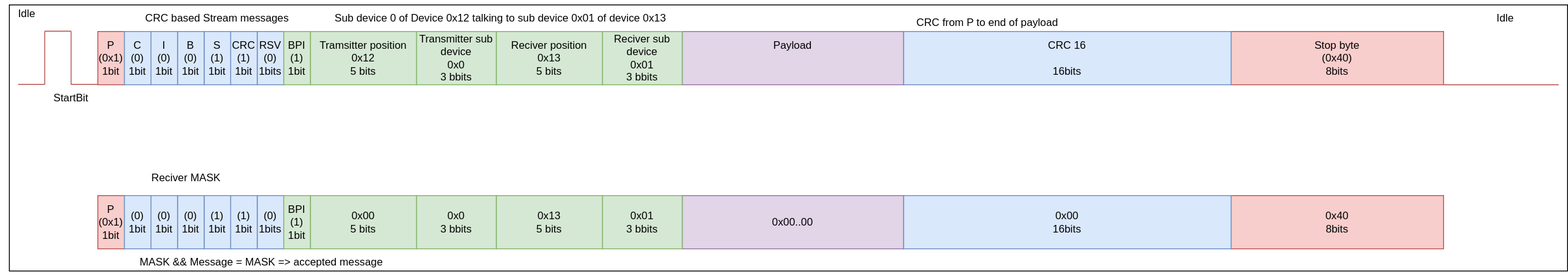
This is example_message.svg from cdg66/BUS_figures, a draw.io export, as it was before one commit. Source tidied: cells renumbered, new cells last; positions are measured from the earlier drawing's top-left corner, leaving out a move shared by most shapes.
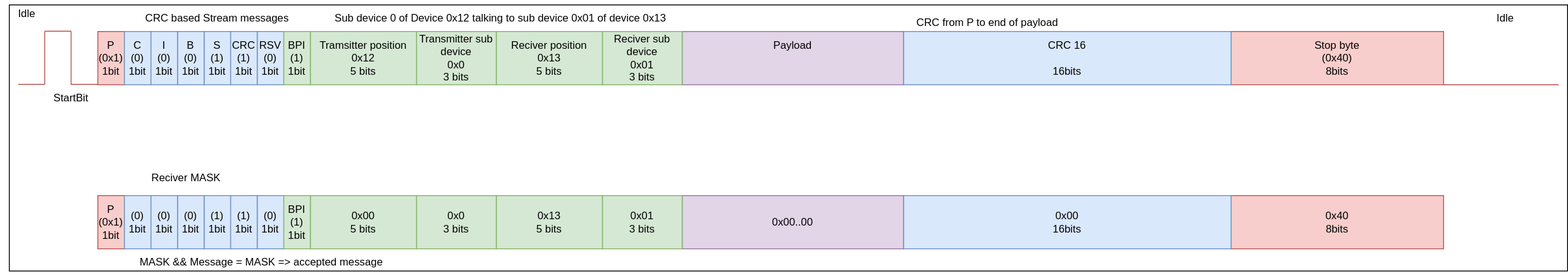
The same diagram one commit later.

Diff of the diagram source:
```diff
@@ -44,7 +44,7 @@
     <mxCell id="11" value="&lt;div&gt;C&lt;br&gt;&lt;/div&gt;&lt;div&gt;(0)&lt;br&gt;&lt;/div&gt;&lt;div&gt;1bit&lt;br&gt;&lt;/div&gt;" style="rounded=0;whiteSpace=wrap;html=1;fillColor=#dae8fc;strokeColor=#6c8ebf;" parent="1" vertex="1">
       <mxGeometry x="140" y="35" width="30" height="60" as="geometry" />
     </mxCell>
-    <mxCell id="12" value="&lt;div&gt;RSV&lt;br&gt;&lt;/div&gt;&lt;div&gt;(0)&lt;/div&gt;&lt;div&gt;1bits&lt;br&gt;&lt;/div&gt;" style="rounded=0;whiteSpace=wrap;html=1;fillColor=#dae8fc;strokeColor=#6c8ebf;" parent="1" vertex="1">
+    <mxCell id="12" value="&lt;div&gt;RSV&lt;br&gt;&lt;/div&gt;&lt;div&gt;(0)&lt;/div&gt;&lt;div&gt;1bit&lt;br&gt;&lt;/div&gt;" style="rounded=0;whiteSpace=wrap;html=1;fillColor=#dae8fc;strokeColor=#6c8ebf;" parent="1" vertex="1">
       <mxGeometry x="290" y="35" width="30" height="60" as="geometry" />
     </mxCell>
     <mxCell id="13" value="&lt;div&gt;S&lt;br&gt;&lt;/div&gt;&lt;div&gt;(1)&lt;br&gt;&lt;/div&gt;&lt;div&gt;1bit&lt;br&gt;&lt;/div&gt;" style="rounded=0;whiteSpace=wrap;html=1;fillColor=#dae8fc;strokeColor=#6c8ebf;" parent="1" vertex="1">
@@ -74,10 +74,10 @@
     <mxCell id="21" value="&lt;div&gt;Reciver position&lt;/div&gt;&lt;div&gt;0x13&lt;/div&gt;&lt;div&gt;5 bits&lt;br&gt;&lt;/div&gt;" style="rounded=0;whiteSpace=wrap;html=1;fillColor=#d5e8d4;strokeColor=#82b366;" parent="1" vertex="1">
       <mxGeometry x="560" y="35" width="120" height="60" as="geometry" />
     </mxCell>
-    <mxCell id="22" value="&lt;div&gt;Transmitter sub device&lt;/div&gt;&lt;div&gt;0x0&lt;br&gt;&lt;/div&gt;&lt;div&gt;3 bbits&lt;br&gt;&lt;/div&gt;" style="rounded=0;whiteSpace=wrap;html=1;fillColor=#d5e8d4;strokeColor=#82b366;" parent="1" vertex="1">
+    <mxCell id="22" value="&lt;div&gt;Transmitter sub device&lt;/div&gt;&lt;div&gt;0x0&lt;br&gt;&lt;/div&gt;&lt;div&gt;3 bits&lt;br&gt;&lt;/div&gt;" style="rounded=0;whiteSpace=wrap;html=1;fillColor=#d5e8d4;strokeColor=#82b366;" parent="1" vertex="1">
       <mxGeometry x="470" y="35" width="90" height="60" as="geometry" />
     </mxCell>
-    <mxCell id="23" value="&lt;div&gt;Reciver sub device&lt;/div&gt;&lt;div&gt;0x01&lt;br&gt;&lt;/div&gt;&lt;div&gt;3 bbits&lt;br&gt;&lt;/div&gt;" style="rounded=0;whiteSpace=wrap;html=1;fillColor=#d5e8d4;strokeColor=#82b366;" parent="1" vertex="1">
+    <mxCell id="23" value="&lt;div&gt;Reciver sub device&lt;/div&gt;&lt;div&gt;0x01&lt;br&gt;&lt;/div&gt;&lt;div&gt;3 bits&lt;br&gt;&lt;/div&gt;" style="rounded=0;whiteSpace=wrap;html=1;fillColor=#d5e8d4;strokeColor=#82b366;" parent="1" vertex="1">
       <mxGeometry x="680" y="35" width="90" height="60" as="geometry" />
     </mxCell>
     <mxCell id="24" value="Sub device 0 of Device 0x12 talking to sub device 0x01 of device 0x13 " style="text;html=1;strokeColor=none;fillColor=none;align=center;verticalAlign=middle;whiteSpace=wrap;rounded=0;" parent="1" vertex="1">
@@ -113,7 +113,7 @@
     <mxCell id="32" value="&lt;div&gt;(0)&lt;br&gt;&lt;/div&gt;&lt;div&gt;1bit&lt;br&gt;&lt;/div&gt;" style="rounded=0;whiteSpace=wrap;html=1;fillColor=#dae8fc;strokeColor=#6c8ebf;" parent="1" vertex="1">
       <mxGeometry x="140" y="220" width="30" height="60" as="geometry" />
     </mxCell>
-    <mxCell id="33" value="&lt;div&gt;(0)&lt;/div&gt;&lt;div&gt;1bits&lt;br&gt;&lt;/div&gt;" style="rounded=0;whiteSpace=wrap;html=1;fillColor=#dae8fc;strokeColor=#6c8ebf;" parent="1" vertex="1">
+    <mxCell id="33" value="&lt;div&gt;(0)&lt;/div&gt;&lt;div&gt;1bit&lt;br&gt;&lt;/div&gt;" style="rounded=0;whiteSpace=wrap;html=1;fillColor=#dae8fc;strokeColor=#6c8ebf;" parent="1" vertex="1">
       <mxGeometry x="290" y="220" width="30" height="60" as="geometry" />
     </mxCell>
     <mxCell id="34" value="&lt;div&gt;(1)&lt;br&gt;&lt;/div&gt;&lt;div&gt;1bit&lt;br&gt;&lt;/div&gt;" style="rounded=0;whiteSpace=wrap;html=1;fillColor=#dae8fc;strokeColor=#6c8ebf;" parent="1" vertex="1">
@@ -140,10 +140,10 @@
     <mxCell id="41" value="&lt;div&gt;0x13&lt;/div&gt;&lt;div&gt;5 bits&lt;br&gt;&lt;/div&gt;" style="rounded=0;whiteSpace=wrap;html=1;fillColor=#d5e8d4;strokeColor=#82b366;" parent="1" vertex="1">
       <mxGeometry x="560" y="220" width="120" height="60" as="geometry" />
     </mxCell>
-    <mxCell id="42" value="&lt;div&gt;0x0&lt;br&gt;&lt;/div&gt;&lt;div&gt;3 bbits&lt;br&gt;&lt;/div&gt;" style="rounded=0;whiteSpace=wrap;html=1;fillColor=#d5e8d4;strokeColor=#82b366;" parent="1" vertex="1">
+    <mxCell id="42" value="&lt;div&gt;0x0&lt;br&gt;&lt;/div&gt;&lt;div&gt;3 bits&lt;br&gt;&lt;/div&gt;" style="rounded=0;whiteSpace=wrap;html=1;fillColor=#d5e8d4;strokeColor=#82b366;" parent="1" vertex="1">
       <mxGeometry x="470" y="220" width="90" height="60" as="geometry" />
     </mxCell>
-    <mxCell id="43" value="&lt;div&gt;0x01&lt;br&gt;&lt;/div&gt;&lt;div&gt;3 bbits&lt;br&gt;&lt;/div&gt;" style="rounded=0;whiteSpace=wrap;html=1;fillColor=#d5e8d4;strokeColor=#82b366;" parent="1" vertex="1">
+    <mxCell id="43" value="&lt;div&gt;0x01&lt;br&gt;&lt;/div&gt;&lt;div&gt;3 bits&lt;br&gt;&lt;/div&gt;" style="rounded=0;whiteSpace=wrap;html=1;fillColor=#d5e8d4;strokeColor=#82b366;" parent="1" vertex="1">
       <mxGeometry x="680" y="220" width="90" height="60" as="geometry" />
     </mxCell>
     <mxCell id="44" value="&lt;div&gt;BPI&lt;br&gt;&lt;/div&gt;&lt;div&gt;(1)&lt;br&gt;&lt;/div&gt;&lt;div&gt;1bit&lt;br&gt;&lt;/div&gt;" style="rounded=0;whiteSpace=wrap;html=1;fillColor=#d5e8d4;strokeColor=#82b366;" parent="1" vertex="1">
```
